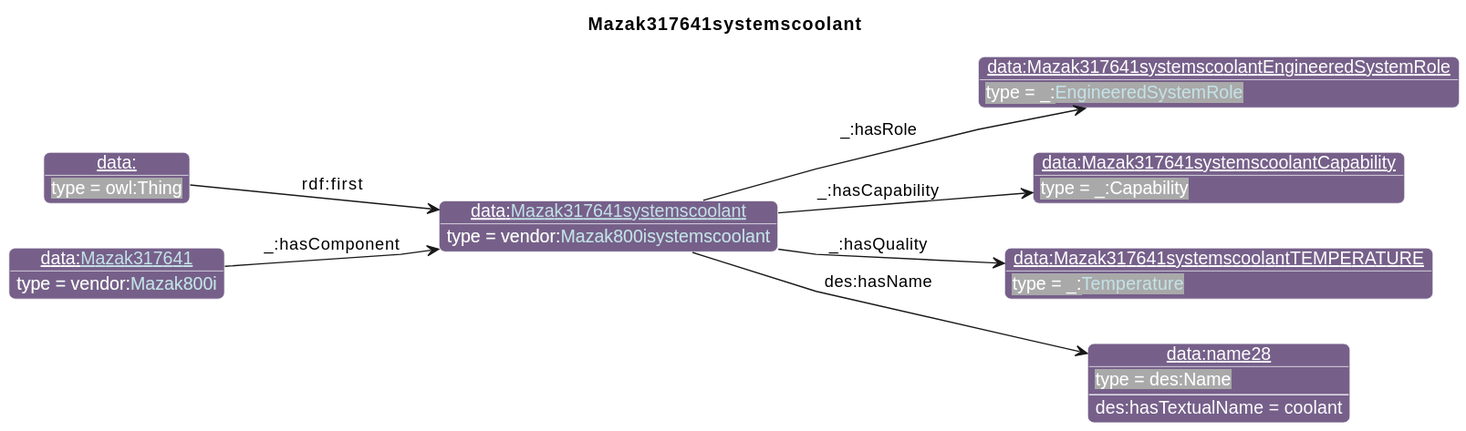
This is diagrams/Mazak317641systemscoolant.svg from iofoundry/example-syseng-mtconnect, a PlantUML export, as it was before one commit.
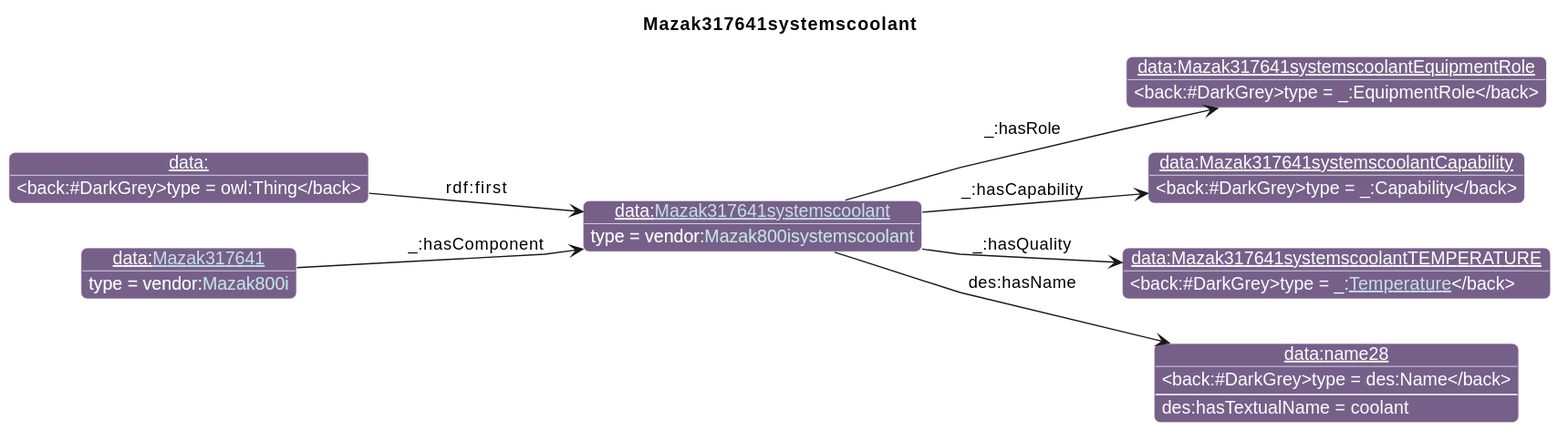
After the change.

Diff of the diagram source:
```diff
@@ -26,7 +26,7 @@
                       "qp":"641B2E"
       }
 individual(o0, data:[[./Mazak317641systemscoolant.html Mazak317641systemscoolant]], vendor:[[../Mazak.html#Mazak800isystemscoolant Mazak800isystemscoolant]])
-individual(o1, data:Mazak317641systemscoolantEngineeredSystemRole, _:[[../MTConnect.html#EngineeredSystemRole EngineeredSystemRole]])
+individual(o1, data:Mazak317641systemscoolantEquipmentRole, _:EquipmentRole)
 individual(o2, data:Mazak317641systemscoolantCapability, _:Capability)
 individual(o3, data:Mazak317641systemscoolantTEMPERATURE, _:[[../MTConnect.html#Temperature Temperature]])
 individual(o4, data:name28, des:Name)
```
